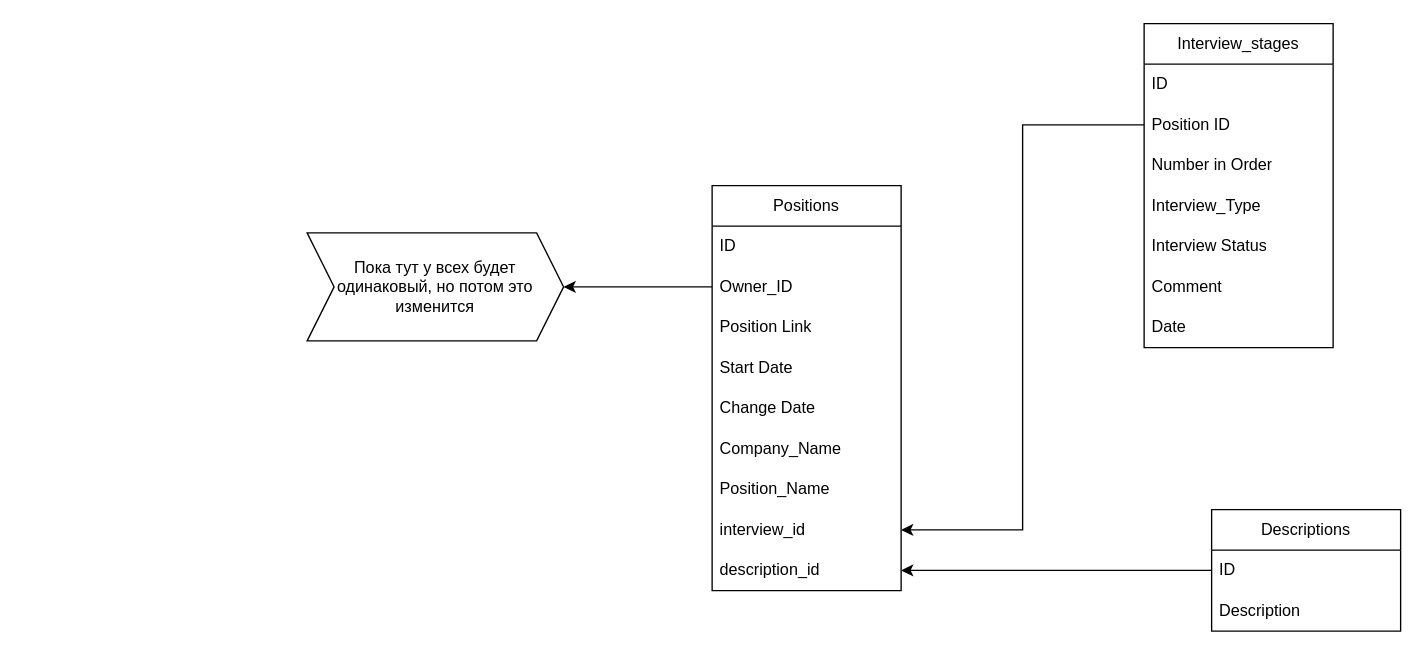
Above: db_interview_helper.drawio in DimaVarek/exercises (draw.io), before the change. Source tidied: cells renumbered, new cells numbered last; positions are measured from the earlier drawing's top-left corner, leaving out a move shared by most shapes. Both pictures are drawn from the tidied source at 135%, with x=0, y=0 at pixel (306, 23).
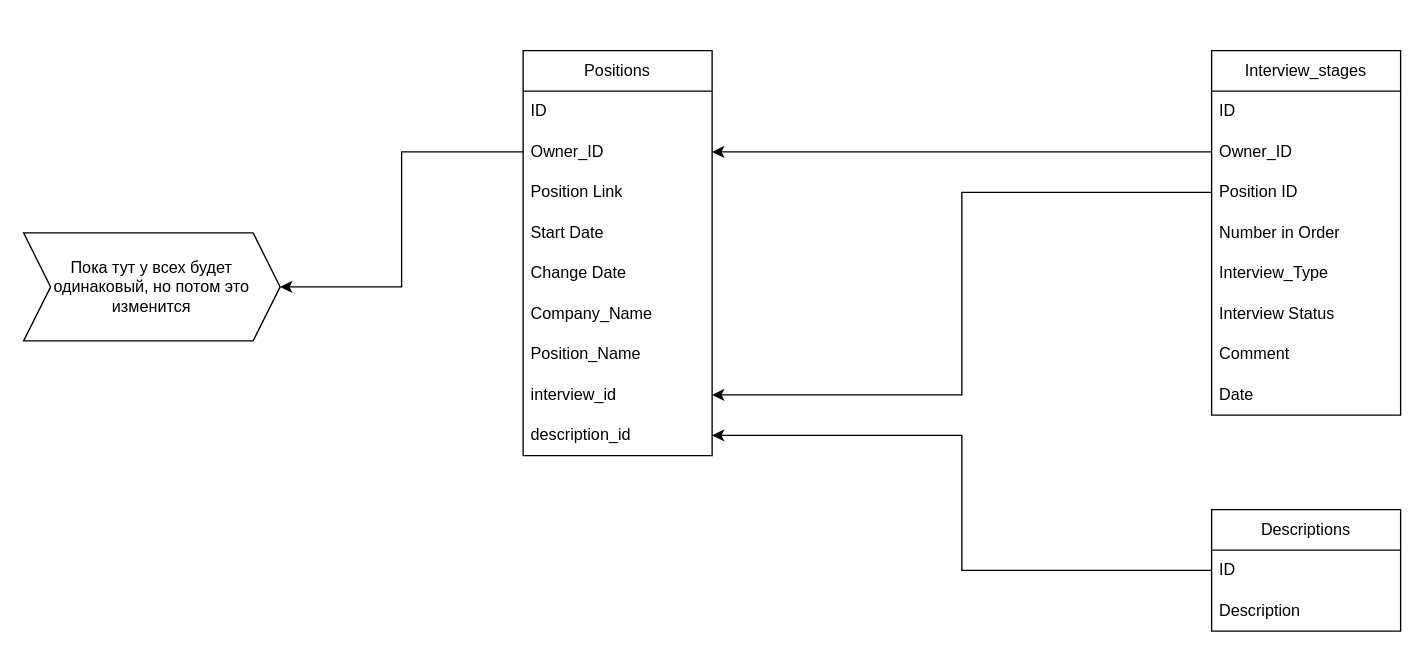
The same page after the edit.

Unchanged cells that the change refers to:
```xml
<mxCell id="4" value="Owner_ID" style="text;strokeColor=none;fillColor=none;align=left;verticalAlign=middle;spacingLeft=4;spacingRight=4;overflow=hidden;points=[[0,0.5],[1,0.5]];portConstraint=eastwest;whiteSpace=wrap;html=1;" parent="2" vertex="1">
  <mxGeometry y="60" width="140" height="30" as="geometry" />
</mxCell>
<mxCell id="10" value="interview_id" style="text;strokeColor=none;fillColor=none;align=left;verticalAlign=middle;spacingLeft=4;spacingRight=4;overflow=hidden;points=[[0,0.5],[1,0.5]];portConstraint=eastwest;whiteSpace=wrap;html=1;" parent="2" vertex="1">
  <mxGeometry y="240" width="140" height="30" as="geometry" />
</mxCell>
```

Change to the diagram source:
```diff
@@
     <mxCell id="2" value="Positions" style="swimlane;fontStyle=0;horizontal=1;startSize=30;whiteSpace=wrap;html=1;" parent="1" vertex="1">
-      <mxGeometry x="300" y="120" width="140" height="300" as="geometry" />
+      <mxGeometry x="160" y="20" width="140" height="300" as="geometry" />
     </mxCell>
@@
     <mxCell id="12" value="Interview_stages" style="swimlane;fontStyle=0;horizontal=1;startSize=30;whiteSpace=wrap;html=1;" parent="1" vertex="1">
-      <mxGeometry x="620" width="140" height="240" as="geometry" />
+      <mxGeometry x="670" y="20" width="140" height="270" as="geometry" />
     </mxCell>
@@
+    <mxCell id="27" value="Owner_ID" style="text;strokeColor=none;fillColor=none;align=left;verticalAlign=middle;spacingLeft=4;spacingRight=4;overflow=hidden;points=[[0,0.5],[1,0.5]];portConstraint=eastwest;whiteSpace=wrap;html=1;" parent="12" vertex="1">
+      <mxGeometry y="60" width="140" height="30" as="geometry" />
+    </mxCell>
     <mxCell id="14" value="Position ID" style="text;strokeColor=none;fillColor=none;align=left;verticalAlign=middle;spacingLeft=4;spacingRight=4;overflow=hidden;points=[[0,0.5],[1,0.5]];portConstraint=eastwest;whiteSpace=wrap;html=1;" parent="12" vertex="1">
-      <mxGeometry y="60" width="140" height="30" as="geometry" />
+      <mxGeometry y="90" width="140" height="30" as="geometry" />
     </mxCell>
     <mxCell id="15" value="Number in Order" style="text;strokeColor=none;fillColor=none;align=left;verticalAlign=middle;spacingLeft=4;spacingRight=4;overflow=hidden;whiteSpace=wrap;html=1;" parent="12" vertex="1">
-      <mxGeometry y="90" width="140" height="30" as="geometry" />
+      <mxGeometry y="120" width="140" height="30" as="geometry" />
     </mxCell>
     <mxCell id="16" value="Interview_Type" style="text;strokeColor=none;fillColor=none;align=left;verticalAlign=middle;spacingLeft=4;spacingRight=4;overflow=hidden;whiteSpace=wrap;html=1;" parent="12" vertex="1">
-      <mxGeometry y="120" width="140" height="30" as="geometry" />
+      <mxGeometry y="150" width="140" height="30" as="geometry" />
     </mxCell>
     <mxCell id="17" value="Interview Status" style="text;strokeColor=none;fillColor=none;align=left;verticalAlign=middle;spacingLeft=4;spacingRight=4;overflow=hidden;whiteSpace=wrap;html=1;" parent="12" vertex="1">
-      <mxGeometry y="150" width="140" height="30" as="geometry" />
+      <mxGeometry y="180" width="140" height="30" as="geometry" />
     </mxCell>
     <mxCell id="18" value="Comment" style="text;strokeColor=none;fillColor=none;align=left;verticalAlign=middle;spacingLeft=4;spacingRight=4;overflow=hidden;whiteSpace=wrap;html=1;" parent="12" vertex="1">
-      <mxGeometry y="180" width="140" height="30" as="geometry" />
+      <mxGeometry y="210" width="140" height="30" as="geometry" />
     </mxCell>
     <mxCell id="19" value="Date" style="text;strokeColor=none;fillColor=none;align=left;verticalAlign=middle;spacingLeft=4;spacingRight=4;overflow=hidden;whiteSpace=wrap;html=1;" parent="12" vertex="1">
-      <mxGeometry y="210" width="140" height="30" as="geometry" />
+      <mxGeometry y="240" width="140" height="30" as="geometry" />
     </mxCell>
-    <mxCell id="20" style="edgeStyle=orthogonalEdgeStyle;rounded=0;jettySize=auto;html=1;exitX=0;exitY=0.5;exitDx=0;exitDy=0;entryX=1;entryY=0.5;entryDx=0;entryDy=0;" parent="1" edge="1" source="14" target="10">
-      <mxGeometry relative="1" as="geometry" />
-    </mxCell>
@@
     <mxCell id="22" value="Пока тут у всех будет одинаковый, но потом это изменится" style="shape=step;perimeter=stepPerimeter;whiteSpace=wrap;html=1;fixedSize=1;" parent="1" vertex="1">
-      <mxGeometry y="155" width="190" height="80" as="geometry" />
+      <mxGeometry x="-210" y="155" width="190" height="80" as="geometry" />
     </mxCell>
@@
+    <mxCell id="20" style="edgeStyle=orthogonalEdgeStyle;rounded=0;jettySize=auto;html=1;exitX=0;exitY=0.5;exitDx=0;exitDy=0;entryX=1;entryY=0.5;entryDx=0;entryDy=0;" parent="1" edge="1" source="14" target="10">
+      <mxGeometry relative="1" as="geometry" />
+    </mxCell>
+    <mxCell id="28" style="edgeStyle=orthogonalEdgeStyle;rounded=0;jettySize=auto;html=1;exitX=0;exitY=0.5;exitDx=0;exitDy=0;entryX=1;entryY=0.5;entryDx=0;entryDy=0;" parent="1" edge="1" source="27" target="4">
+      <mxGeometry relative="1" as="geometry" />
+    </mxCell>
```
